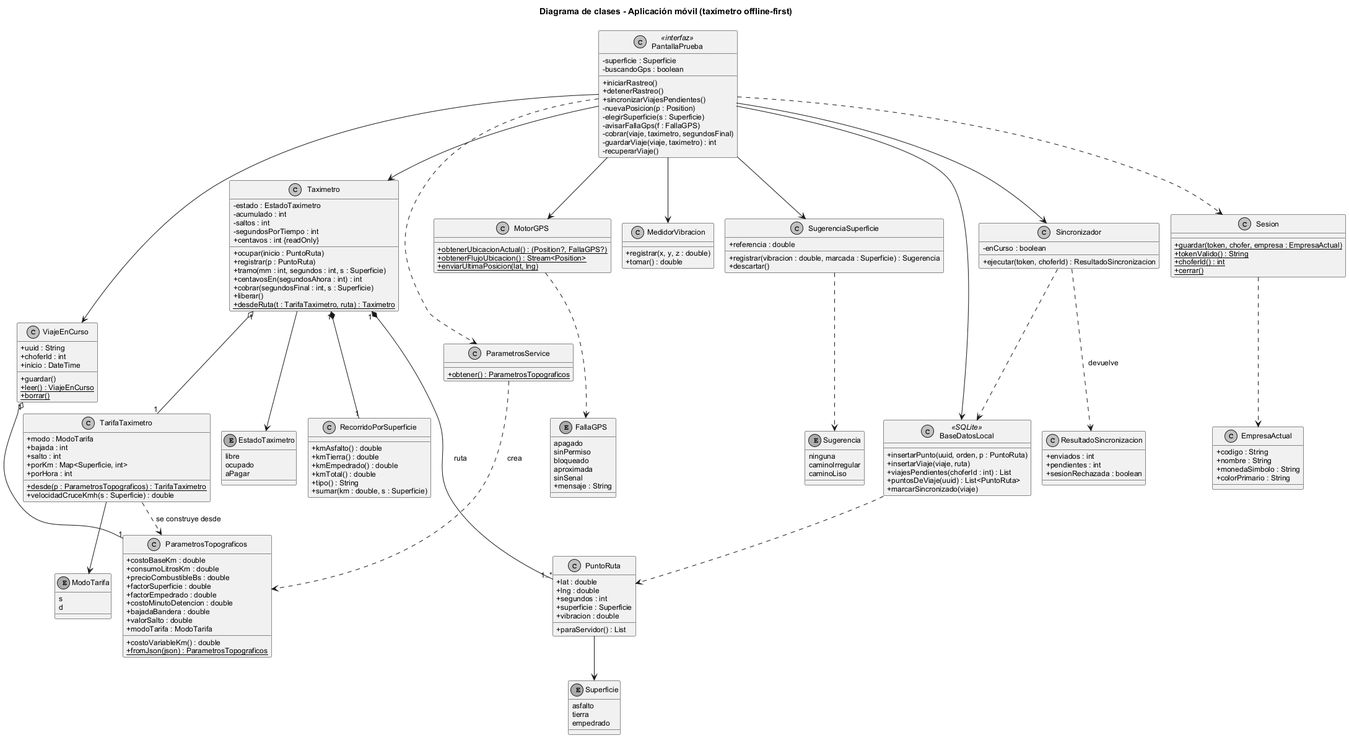
The PlantUML diagram diseno/uml/clases02_app.png in BenjexDtz/pulpos-taxis, before a commit.
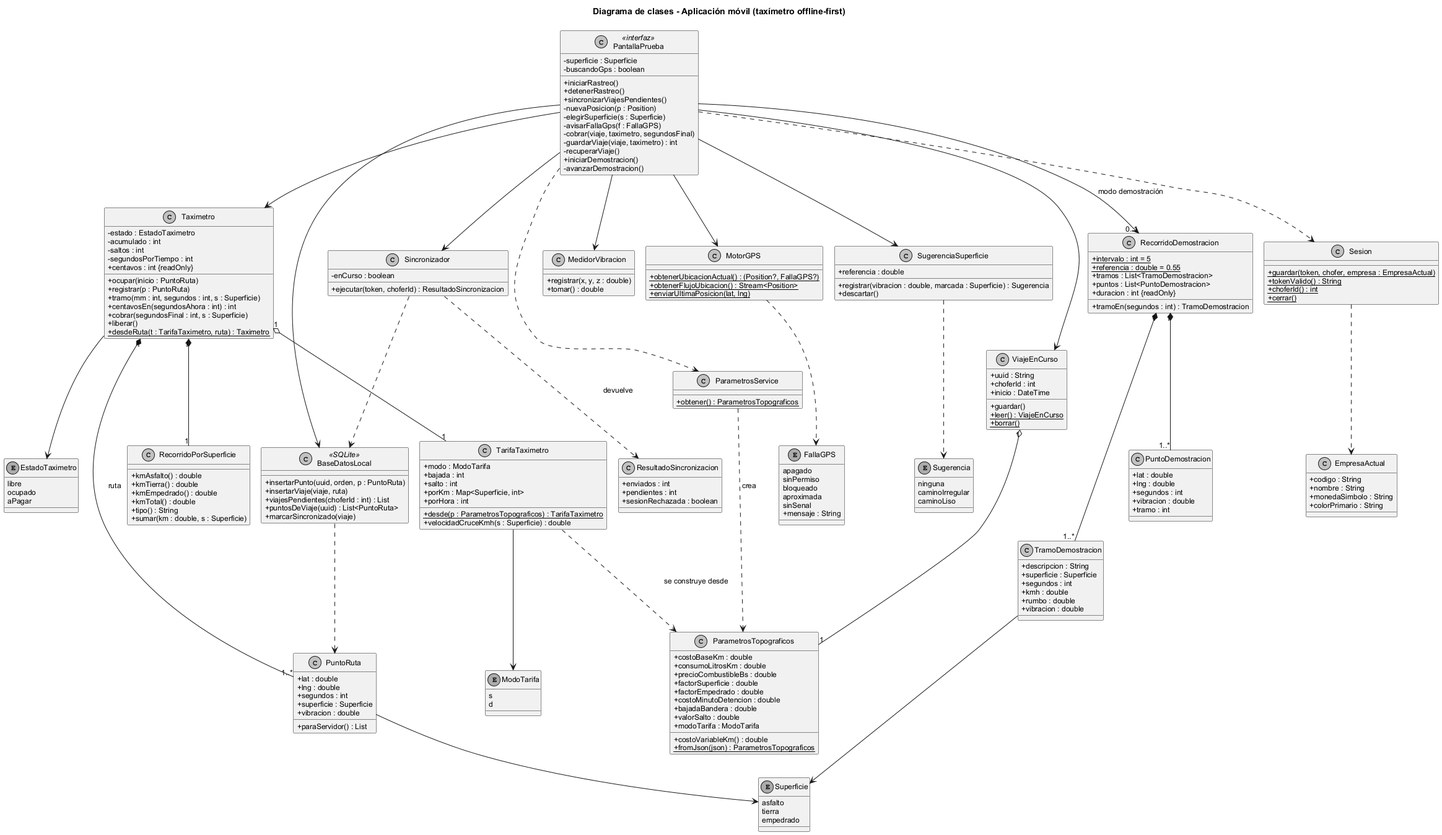
After the change.

The edit, as a diff of the source:
```diff
@@ -47,6 +47,8 @@
   - cobrar(viaje, taximetro, segundosFinal)
   - guardarViaje(viaje, taximetro) : int
   - recuperarViaje()
+  + iniciarDemostracion()
+  - avanzarDemostracion()
 }
 
 class ParametrosTopograficos {
@@ -162,6 +164,32 @@
   + colorPrimario : String
 }
 
+class RecorridoDemostracion {
+  + {static} intervalo : int = 5
+  + {static} referencia : double = 0.55
+  + tramos : List<TramoDemostracion>
+  + puntos : List<PuntoDemostracion>
+  + duracion : int {readOnly}
+  + tramoEn(segundos : int) : TramoDemostracion
+}
+
+class TramoDemostracion {
+  + descripcion : String
+  + superficie : Superficie
+  + segundos : int
+  + kmh : double
+  + rumbo : double
+  + vibracion : double
+}
+
+class PuntoDemostracion {
+  + lat : double
+  + lng : double
+  + segundos : int
+  + vibracion : double
+  + tramo : int
+}
+
 class Sesion {
   + {static} guardar(token, chofer, empresa : EmpresaActual)
   + {static} tokenValido() : String
@@ -178,6 +206,10 @@
 PantallaPrueba --> Sincronizador
 PantallaPrueba ..> ParametrosService
 PantallaPrueba ..> Sesion
+PantallaPrueba --> "0..1" RecorridoDemostracion : modo demostración
+RecorridoDemostracion "1" *-- "1..*" TramoDemostracion
+RecorridoDemostracion "1" *-- "1..*" PuntoDemostracion
+TramoDemostracion --> Superficie
 
 ParametrosService ..> ParametrosTopograficos : crea
 TarifaTaximetro ..> ParametrosTopograficos : se construye desde
```
